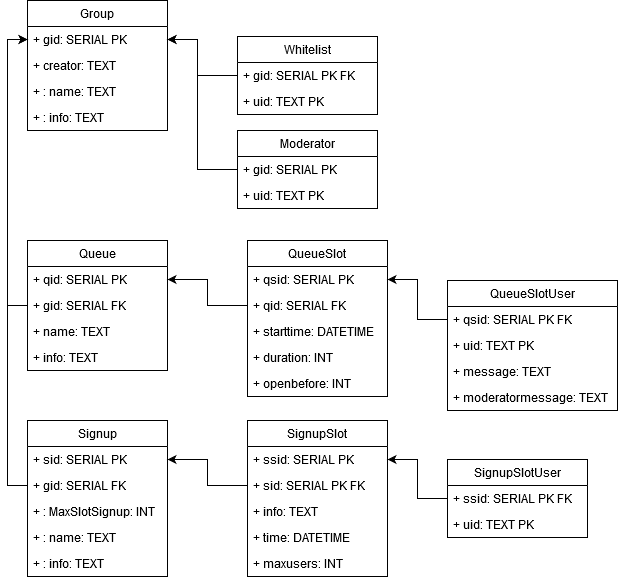
KlasafGeijerstam/Tosca keeps this draw.io diagram as util/database_diagram.png. Above is the earlier version. Source tidied: cells renumbered, new cells last; positions are measured from the earlier drawing's top-left corner, leaving out a move shared by most shapes.
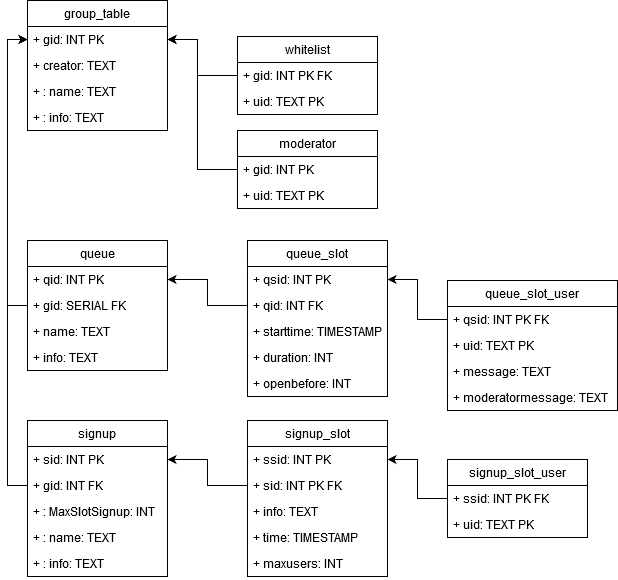
The same diagram one commit later.

Change to the diagram source:
```diff
@@ -2,37 +2,37 @@
   <root>
     <mxCell id="0" />
     <mxCell id="1" parent="0" />
-    <mxCell id="2" value="Moderator" style="swimlane;fontStyle=0;horizontal=1;startSize=26;fillColor=none;" parent="1" vertex="1">
+    <mxCell id="2" value="moderator" style="swimlane;fontStyle=0;horizontal=1;startSize=26;fillColor=none;" parent="1" vertex="1">
       <mxGeometry x="210" y="130" width="140" height="78" as="geometry" />
     </mxCell>
-    <mxCell id="3" value="+ gid: SERIAL PK" style="text;strokeColor=none;fillColor=none;align=left;verticalAlign=top;spacingLeft=4;spacingRight=4;overflow=hidden;" parent="2" vertex="1">
+    <mxCell id="3" value="+ gid: INT PK" style="text;strokeColor=none;fillColor=none;align=left;verticalAlign=top;spacingLeft=4;spacingRight=4;overflow=hidden;" parent="2" vertex="1">
       <mxGeometry y="26" width="140" height="26" as="geometry" />
     </mxCell>
     <mxCell id="4" value="+ uid: TEXT PK" style="text;strokeColor=none;fillColor=none;align=left;verticalAlign=top;spacingLeft=4;spacingRight=4;overflow=hidden;" parent="2" vertex="1">
       <mxGeometry y="52" width="140" height="26" as="geometry" />
     </mxCell>
-    <mxCell id="5" value="SignupSlotUser" style="swimlane;fontStyle=0;horizontal=1;startSize=26;fillColor=none;" parent="1" vertex="1">
+    <mxCell id="5" value="signup_slot_user" style="swimlane;fontStyle=0;horizontal=1;startSize=26;fillColor=none;" parent="1" vertex="1">
       <mxGeometry x="420" y="459" width="140" height="78" as="geometry" />
     </mxCell>
-    <mxCell id="6" value="+ ssid: SERIAL PK FK" style="text;strokeColor=none;fillColor=none;align=left;verticalAlign=top;spacingLeft=4;spacingRight=4;overflow=hidden;points=[[0,0.5],[1,0.5]];portConstraint=eastwest;" parent="5" vertex="1">
+    <mxCell id="6" value="+ ssid: INT PK FK" style="text;strokeColor=none;fillColor=none;align=left;verticalAlign=top;spacingLeft=4;spacingRight=4;overflow=hidden;points=[[0,0.5],[1,0.5]];portConstraint=eastwest;" parent="5" vertex="1">
       <mxGeometry y="26" width="140" height="26" as="geometry" />
     </mxCell>
     <mxCell id="7" value="+ uid: TEXT PK" style="text;strokeColor=none;fillColor=none;align=left;verticalAlign=top;spacingLeft=4;spacingRight=4;overflow=hidden;" parent="5" vertex="1">
       <mxGeometry y="52" width="140" height="26" as="geometry" />
     </mxCell>
-    <mxCell id="8" value="Whitelist" style="swimlane;fontStyle=0;horizontal=1;startSize=26;fillColor=none;" parent="1" vertex="1">
+    <mxCell id="8" value="whitelist" style="swimlane;fontStyle=0;horizontal=1;startSize=26;fillColor=none;" parent="1" vertex="1">
       <mxGeometry x="210" y="36" width="140" height="78" as="geometry" />
     </mxCell>
-    <mxCell id="9" value="+ gid: SERIAL PK FK" style="text;strokeColor=none;fillColor=none;align=left;verticalAlign=top;spacingLeft=4;spacingRight=4;overflow=hidden;points=[[0,0.5],[1,0.5]];portConstraint=eastwest;" parent="8" vertex="1">
+    <mxCell id="9" value="+ gid: INT PK FK" style="text;strokeColor=none;fillColor=none;align=left;verticalAlign=top;spacingLeft=4;spacingRight=4;overflow=hidden;points=[[0,0.5],[1,0.5]];portConstraint=eastwest;" parent="8" vertex="1">
       <mxGeometry y="26" width="140" height="26" as="geometry" />
     </mxCell>
     <mxCell id="10" value="+ uid: TEXT PK" style="text;strokeColor=none;fillColor=none;align=left;verticalAlign=top;spacingLeft=4;spacingRight=4;overflow=hidden;" parent="8" vertex="1">
       <mxGeometry y="52" width="140" height="26" as="geometry" />
     </mxCell>
-    <mxCell id="11" value="Group" style="swimlane;fontStyle=0;horizontal=1;startSize=26;fillColor=none;" parent="1" vertex="1">
+    <mxCell id="11" value="group_table" style="swimlane;fontStyle=0;horizontal=1;startSize=26;fillColor=none;" parent="1" vertex="1">
       <mxGeometry width="140" height="130" as="geometry" />
     </mxCell>
-    <mxCell id="12" value="+ gid: SERIAL PK" style="text;strokeColor=none;fillColor=none;align=left;verticalAlign=top;spacingLeft=4;spacingRight=4;overflow=hidden;points=[[0,0.5],[1,0.5]];portConstraint=eastwest;" parent="11" vertex="1">
+    <mxCell id="12" value="+ gid: INT PK" style="text;strokeColor=none;fillColor=none;align=left;verticalAlign=top;spacingLeft=4;spacingRight=4;overflow=hidden;points=[[0,0.5],[1,0.5]];portConstraint=eastwest;" parent="11" vertex="1">
       <mxGeometry y="26" width="140" height="26" as="geometry" />
     </mxCell>
     <mxCell id="13" value="+ creator: TEXT" style="text;strokeColor=none;fillColor=none;align=left;verticalAlign=top;spacingLeft=4;spacingRight=4;overflow=hidden;" parent="11" vertex="1">
@@ -44,13 +44,13 @@
     <mxCell id="15" value="+ : info: TEXT&#10;&#10;&#10;" style="text;strokeColor=none;fillColor=none;align=left;verticalAlign=top;spacingLeft=4;spacingRight=4;overflow=hidden;" parent="11" vertex="1">
       <mxGeometry y="104" width="140" height="26" as="geometry" />
     </mxCell>
-    <mxCell id="16" value="Signup" style="swimlane;fontStyle=0;horizontal=1;startSize=26;fillColor=none;" parent="1" vertex="1">
+    <mxCell id="16" value="signup" style="swimlane;fontStyle=0;horizontal=1;startSize=26;fillColor=none;" parent="1" vertex="1">
       <mxGeometry y="420" width="140" height="156" as="geometry" />
     </mxCell>
-    <mxCell id="17" value="+ sid: SERIAL PK" style="text;strokeColor=none;fillColor=none;align=left;verticalAlign=top;spacingLeft=4;spacingRight=4;overflow=hidden;" parent="16" vertex="1">
+    <mxCell id="17" value="+ sid: INT PK" style="text;strokeColor=none;fillColor=none;align=left;verticalAlign=top;spacingLeft=4;spacingRight=4;overflow=hidden;" parent="16" vertex="1">
       <mxGeometry y="26" width="140" height="26" as="geometry" />
     </mxCell>
-    <mxCell id="18" value="+ gid: SERIAL FK" style="text;strokeColor=none;fillColor=none;align=left;verticalAlign=top;spacingLeft=4;spacingRight=4;overflow=hidden;points=[[0,0.5],[1,0.5]];portConstraint=eastwest;" parent="16" vertex="1">
+    <mxCell id="18" value="+ gid: INT FK" style="text;strokeColor=none;fillColor=none;align=left;verticalAlign=top;spacingLeft=4;spacingRight=4;overflow=hidden;points=[[0,0.5],[1,0.5]];portConstraint=eastwest;" parent="16" vertex="1">
       <mxGeometry y="52" width="140" height="26" as="geometry" />
     </mxCell>
     <mxCell id="19" value="+ : MaxSlotSignup: INT&#10;" style="text;strokeColor=none;fillColor=none;align=left;verticalAlign=top;spacingLeft=4;spacingRight=4;overflow=hidden;" parent="16" vertex="1">
@@ -62,28 +62,28 @@
     <mxCell id="21" value="+ : info: TEXT&#10;&#10;&#10;" style="text;strokeColor=none;fillColor=none;align=left;verticalAlign=top;spacingLeft=4;spacingRight=4;overflow=hidden;" parent="16" vertex="1">
       <mxGeometry y="130" width="140" height="26" as="geometry" />
     </mxCell>
-    <mxCell id="22" value="SignupSlot" style="swimlane;fontStyle=0;horizontal=1;startSize=26;fillColor=none;" parent="1" vertex="1">
+    <mxCell id="22" value="signup_slot" style="swimlane;fontStyle=0;horizontal=1;startSize=26;fillColor=none;" parent="1" vertex="1">
       <mxGeometry x="220" y="420" width="140" height="156" as="geometry" />
     </mxCell>
-    <mxCell id="23" value="+ ssid: SERIAL PK" style="text;strokeColor=none;fillColor=none;align=left;verticalAlign=top;spacingLeft=4;spacingRight=4;overflow=hidden;points=[[0,0.5],[1,0.5]];portConstraint=eastwest;" parent="22" vertex="1">
+    <mxCell id="23" value="+ ssid: INT PK" style="text;strokeColor=none;fillColor=none;align=left;verticalAlign=top;spacingLeft=4;spacingRight=4;overflow=hidden;points=[[0,0.5],[1,0.5]];portConstraint=eastwest;" parent="22" vertex="1">
       <mxGeometry y="26" width="140" height="26" as="geometry" />
     </mxCell>
-    <mxCell id="24" value="+ sid: SERIAL PK FK" style="text;strokeColor=none;fillColor=none;align=left;verticalAlign=top;spacingLeft=4;spacingRight=4;overflow=hidden;points=[[0,0.5],[1,0.5]];portConstraint=eastwest;" parent="22" vertex="1">
+    <mxCell id="24" value="+ sid: INT PK FK" style="text;strokeColor=none;fillColor=none;align=left;verticalAlign=top;spacingLeft=4;spacingRight=4;overflow=hidden;points=[[0,0.5],[1,0.5]];portConstraint=eastwest;" parent="22" vertex="1">
       <mxGeometry y="52" width="140" height="26" as="geometry" />
     </mxCell>
     <mxCell id="25" value="+ info: TEXT" style="text;strokeColor=none;fillColor=none;align=left;verticalAlign=top;spacingLeft=4;spacingRight=4;overflow=hidden;" parent="22" vertex="1">
       <mxGeometry y="78" width="140" height="26" as="geometry" />
     </mxCell>
-    <mxCell id="26" value="+ time: DATETIME" style="text;strokeColor=none;fillColor=none;align=left;verticalAlign=top;spacingLeft=4;spacingRight=4;overflow=hidden;" parent="22" vertex="1">
+    <mxCell id="26" value="+ time: TIMESTAMP" style="text;strokeColor=none;fillColor=none;align=left;verticalAlign=top;spacingLeft=4;spacingRight=4;overflow=hidden;" parent="22" vertex="1">
       <mxGeometry y="104" width="140" height="26" as="geometry" />
     </mxCell>
     <mxCell id="27" value="+ maxusers: INT" style="text;strokeColor=none;fillColor=none;align=left;verticalAlign=top;spacingLeft=4;spacingRight=4;overflow=hidden;" parent="22" vertex="1">
       <mxGeometry y="130" width="140" height="26" as="geometry" />
     </mxCell>
-    <mxCell id="28" value="Queue" style="swimlane;fontStyle=0;horizontal=1;startSize=26;fillColor=none;" parent="1" vertex="1">
+    <mxCell id="28" value="queue" style="swimlane;fontStyle=0;horizontal=1;startSize=26;fillColor=none;" parent="1" vertex="1">
       <mxGeometry y="240" width="140" height="130" as="geometry" />
     </mxCell>
-    <mxCell id="29" value="+ qid: SERIAL PK" style="text;strokeColor=none;fillColor=none;align=left;verticalAlign=top;spacingLeft=4;spacingRight=4;overflow=hidden;points=[[0,0.5],[1,0.5]];portConstraint=eastwest;" parent="28" vertex="1">
+    <mxCell id="29" value="+ qid: INT PK" style="text;strokeColor=none;fillColor=none;align=left;verticalAlign=top;spacingLeft=4;spacingRight=4;overflow=hidden;points=[[0,0.5],[1,0.5]];portConstraint=eastwest;" parent="28" vertex="1">
       <mxGeometry y="26" width="140" height="26" as="geometry" />
     </mxCell>
     <mxCell id="30" value="+ gid: SERIAL FK" style="text;strokeColor=none;fillColor=none;align=left;verticalAlign=top;spacingLeft=4;spacingRight=4;overflow=hidden;points=[[0,0.5],[1,0.5]];portConstraint=eastwest;" parent="28" vertex="1">
@@ -95,16 +95,16 @@
     <mxCell id="32" value="+ info: TEXT" style="text;strokeColor=none;fillColor=none;align=left;verticalAlign=top;spacingLeft=4;spacingRight=4;overflow=hidden;" parent="28" vertex="1">
       <mxGeometry y="104" width="140" height="26" as="geometry" />
     </mxCell>
-    <mxCell id="33" value="QueueSlot" style="swimlane;fontStyle=0;horizontal=1;startSize=26;fillColor=none;" parent="1" vertex="1">
+    <mxCell id="33" value="queue_slot" style="swimlane;fontStyle=0;horizontal=1;startSize=26;fillColor=none;" parent="1" vertex="1">
       <mxGeometry x="220" y="240" width="140" height="156" as="geometry" />
     </mxCell>
-    <mxCell id="34" value="+ qsid: SERIAL PK" style="text;strokeColor=none;fillColor=none;align=left;verticalAlign=top;spacingLeft=4;spacingRight=4;overflow=hidden;points=[[0,0.5],[1,0.5]];portConstraint=eastwest;" parent="33" vertex="1">
+    <mxCell id="34" value="+ qsid: INT PK" style="text;strokeColor=none;fillColor=none;align=left;verticalAlign=top;spacingLeft=4;spacingRight=4;overflow=hidden;points=[[0,0.5],[1,0.5]];portConstraint=eastwest;" parent="33" vertex="1">
       <mxGeometry y="26" width="140" height="26" as="geometry" />
     </mxCell>
-    <mxCell id="35" value="+ qid: SERIAL FK" style="text;strokeColor=none;fillColor=none;align=left;verticalAlign=top;spacingLeft=4;spacingRight=4;overflow=hidden;points=[[0,0.5],[1,0.5]];portConstraint=eastwest;" parent="33" vertex="1">
+    <mxCell id="35" value="+ qid: INT FK" style="text;strokeColor=none;fillColor=none;align=left;verticalAlign=top;spacingLeft=4;spacingRight=4;overflow=hidden;points=[[0,0.5],[1,0.5]];portConstraint=eastwest;" parent="33" vertex="1">
       <mxGeometry y="52" width="140" height="26" as="geometry" />
     </mxCell>
-    <mxCell id="36" value="+ starttime: DATETIME" style="text;strokeColor=none;fillColor=none;align=left;verticalAlign=top;spacingLeft=4;spacingRight=4;overflow=hidden;" parent="33" vertex="1">
+    <mxCell id="36" value="+ starttime: TIMESTAMP" style="text;strokeColor=none;fillColor=none;align=left;verticalAlign=top;spacingLeft=4;spacingRight=4;overflow=hidden;" parent="33" vertex="1">
       <mxGeometry y="78" width="140" height="26" as="geometry" />
     </mxCell>
     <mxCell id="37" value="+ duration: INT" style="text;strokeColor=none;fillColor=none;align=left;verticalAlign=top;spacingLeft=4;spacingRight=4;overflow=hidden;" parent="33" vertex="1">
@@ -113,10 +113,10 @@
     <mxCell id="38" value="+ openbefore: INT" style="text;strokeColor=none;fillColor=none;align=left;verticalAlign=top;spacingLeft=4;spacingRight=4;overflow=hidden;" parent="33" vertex="1">
       <mxGeometry y="130" width="140" height="26" as="geometry" />
     </mxCell>
-    <mxCell id="39" value="QueueSlotUser" style="swimlane;fontStyle=0;horizontal=1;startSize=26;fillColor=none;" parent="1" vertex="1">
+    <mxCell id="39" value="queue_slot_user" style="swimlane;fontStyle=0;horizontal=1;startSize=26;fillColor=none;" parent="1" vertex="1">
       <mxGeometry x="420" y="280" width="170" height="130" as="geometry" />
     </mxCell>
-    <mxCell id="40" value="+ qsid: SERIAL PK FK" style="text;strokeColor=none;fillColor=none;align=left;verticalAlign=top;spacingLeft=4;spacingRight=4;overflow=hidden;points=[[0,0.5],[1,0.5]];portConstraint=eastwest;" parent="39" vertex="1">
+    <mxCell id="40" value="+ qsid: INT PK FK" style="text;strokeColor=none;fillColor=none;align=left;verticalAlign=top;spacingLeft=4;spacingRight=4;overflow=hidden;points=[[0,0.5],[1,0.5]];portConstraint=eastwest;" parent="39" vertex="1">
       <mxGeometry y="26" width="170" height="26" as="geometry" />
     </mxCell>
     <mxCell id="41" value="+ uid: TEXT PK" style="text;strokeColor=none;fillColor=none;align=left;verticalAlign=top;spacingLeft=4;spacingRight=4;overflow=hidden;" parent="39" vertex="1">
```
